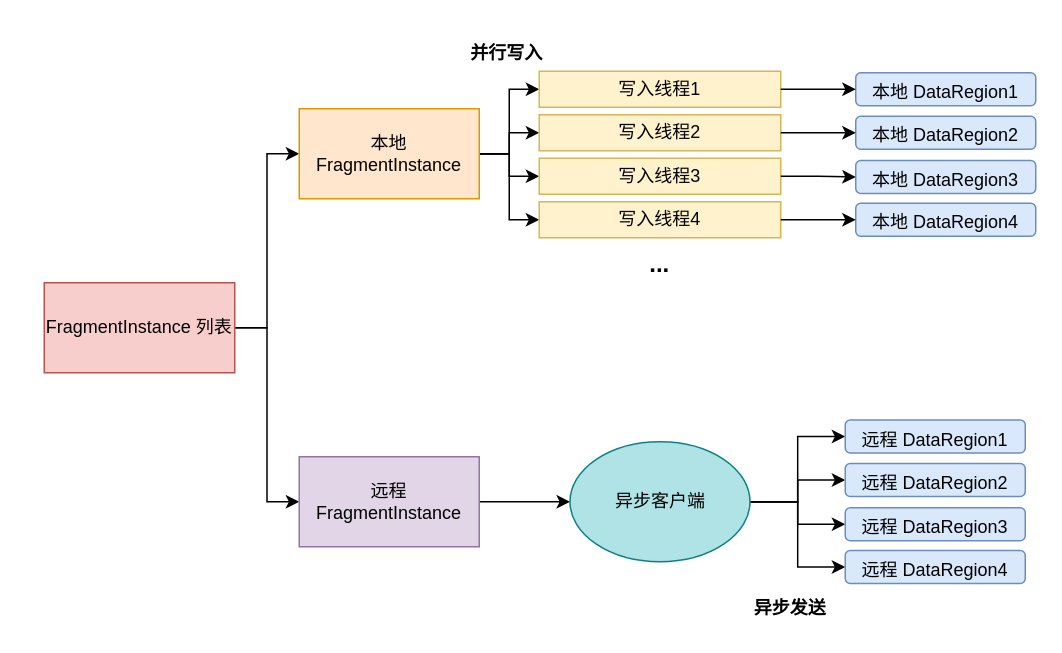
This is 设计图/FragmentInstance写入.drawio from THUMarkLau/thuthesis, a draw.io file, before an edit. Source tidied: cells renumbered, new cells numbered last; positions are measured from the earlier drawing's top-left corner, leaving out a move shared by most shapes. Both pictures are drawn from the tidied source at 150%, with x=0, y=0 at pixel (44, 33).
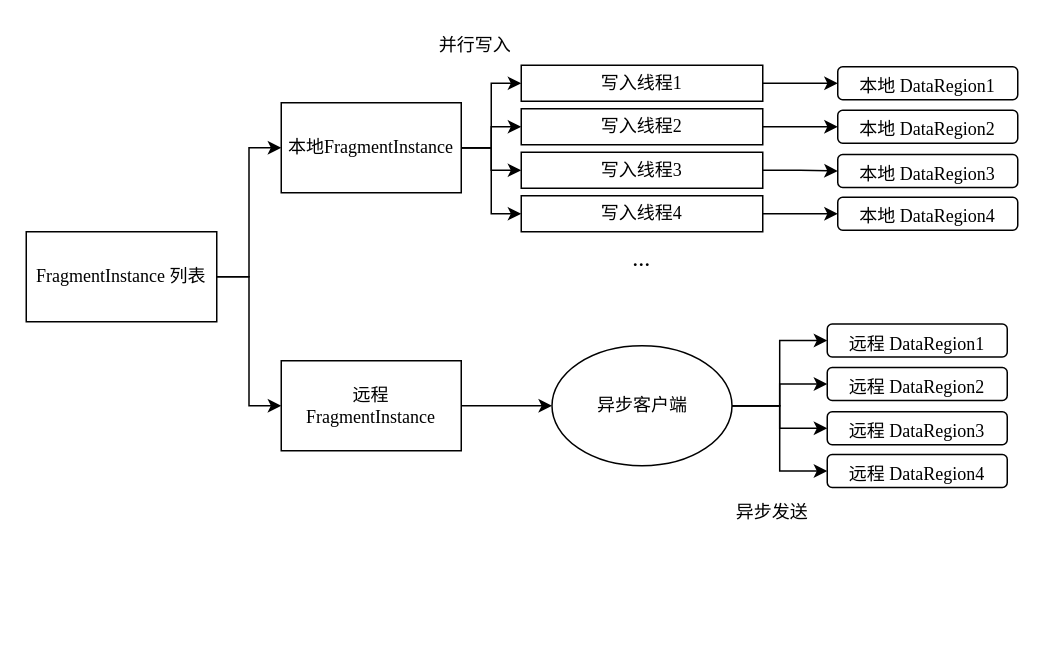
After the change.

The edit, as a diff of the source:
```diff
@@
-    <mxCell id="2" style="edgeStyle=orthogonalEdgeStyle;rounded=0;jettySize=auto;html=1;entryX=0;entryY=0.5;entryDx=0;entryDy=0;" parent="1" edge="1" source="4" target="9">
+    <mxCell id="2" style="edgeStyle=orthogonalEdgeStyle;rounded=0;jettySize=auto;html=1;entryX=0;entryY=0.5;entryDx=0;entryDy=0;fontStyle=0;fontFamily=Times New Roman;" parent="1" edge="1" source="4" target="9">
       <mxGeometry relative="1" as="geometry" />
     </mxCell>
-    <mxCell id="3" style="edgeStyle=orthogonalEdgeStyle;rounded=0;jettySize=auto;html=1;entryX=0;entryY=0.5;entryDx=0;entryDy=0;" parent="1" edge="1" source="4" target="11">
+    <mxCell id="3" style="edgeStyle=orthogonalEdgeStyle;rounded=0;jettySize=auto;html=1;entryX=0;entryY=0.5;entryDx=0;entryDy=0;fontStyle=0;fontFamily=Times New Roman;" parent="1" edge="1" source="4" target="11">
       <mxGeometry relative="1" as="geometry" />
     </mxCell>
-    <mxCell id="4" value="FragmentInstance 列表" style="rounded=0;whiteSpace=wrap;html=1;fillColor=#f8cecc;strokeColor=#b85450;" parent="1" vertex="1">
-      <mxGeometry y="166" width="127" height="60" as="geometry" />
+    <mxCell id="4" value="FragmentInstance 列表" style="rounded=0;whiteSpace=wrap;html=1;fillColor=none;strokeColor=#000000;fontStyle=0;fontFamily=Times New Roman;" parent="1" vertex="1">
+      <mxGeometry x="-12" y="132" width="127" height="60" as="geometry" />
     </mxCell>
-    <mxCell id="5" style="edgeStyle=orthogonalEdgeStyle;rounded=0;jettySize=auto;html=1;entryX=0;entryY=0.5;entryDx=0;entryDy=0;fontSize=16;" parent="1" edge="1" source="9" target="13">
+    <mxCell id="5" style="edgeStyle=orthogonalEdgeStyle;rounded=0;jettySize=auto;html=1;entryX=0;entryY=0.5;entryDx=0;entryDy=0;fontSize=16;fontStyle=0;fontFamily=Times New Roman;" parent="1" edge="1" source="9" target="13">
       <mxGeometry relative="1" as="geometry" />
     </mxCell>
-    <mxCell id="6" style="edgeStyle=orthogonalEdgeStyle;rounded=0;jettySize=auto;html=1;entryX=0;entryY=0.5;entryDx=0;entryDy=0;fontSize=16;" parent="1" edge="1" source="9" target="14">
+    <mxCell id="6" style="edgeStyle=orthogonalEdgeStyle;rounded=0;jettySize=auto;html=1;entryX=0;entryY=0.5;entryDx=0;entryDy=0;fontSize=16;fontStyle=0;fontFamily=Times New Roman;" parent="1" edge="1" source="9" target="14">
       <mxGeometry relative="1" as="geometry" />
     </mxCell>
-    <mxCell id="7" style="edgeStyle=orthogonalEdgeStyle;rounded=0;jettySize=auto;html=1;fontSize=16;" parent="1" edge="1" source="9" target="15">
+    <mxCell id="7" style="edgeStyle=orthogonalEdgeStyle;rounded=0;jettySize=auto;html=1;fontSize=16;fontStyle=0;fontFamily=Times New Roman;" parent="1" edge="1" source="9" target="15">
       <mxGeometry relative="1" as="geometry" />
     </mxCell>
-    <mxCell id="8" style="edgeStyle=orthogonalEdgeStyle;rounded=0;jettySize=auto;html=1;entryX=0;entryY=0.5;entryDx=0;entryDy=0;fontSize=16;" parent="1" edge="1" source="9" target="16">
+    <mxCell id="8" style="edgeStyle=orthogonalEdgeStyle;rounded=0;jettySize=auto;html=1;entryX=0;entryY=0.5;entryDx=0;entryDy=0;fontSize=16;fontStyle=0;fontFamily=Times New Roman;" parent="1" edge="1" source="9" target="16">
       <mxGeometry relative="1" as="geometry" />
     </mxCell>
-    <mxCell id="9" value="本地FragmentInstance" style="rounded=0;whiteSpace=wrap;html=1;fillColor=#ffe6cc;strokeColor=#d79b00;" parent="1" vertex="1">
-      <mxGeometry x="170" y="50" width="120" height="60" as="geometry" />
+    <mxCell id="9" value="本地FragmentInstance" style="rounded=0;whiteSpace=wrap;html=1;fillColor=none;strokeColor=#000000;fontStyle=0;fontFamily=Times New Roman;" parent="1" vertex="1">
+      <mxGeometry x="158" y="46" width="120" height="60" as="geometry" />
     </mxCell>
-    <mxCell id="10" style="edgeStyle=orthogonalEdgeStyle;rounded=0;jettySize=auto;html=1;entryX=0;entryY=0.5;entryDx=0;entryDy=0;fontSize=12;fontColor=#000000;" parent="1" edge="1" source="11" target="31">
+    <mxCell id="10" style="edgeStyle=orthogonalEdgeStyle;rounded=0;jettySize=auto;html=1;entryX=0;entryY=0.5;entryDx=0;entryDy=0;fontSize=12;fontColor=#000000;fontStyle=0;fontFamily=Times New Roman;" parent="1" edge="1" source="11" target="31">
       <mxGeometry relative="1" as="geometry" />
     </mxCell>
-    <mxCell id="11" value="远程&lt;br&gt;FragmentInstance" style="rounded=0;whiteSpace=wrap;html=1;fillColor=#e1d5e7;strokeColor=#9673a6;" parent="1" vertex="1">
-      <mxGeometry x="170" y="282" width="120" height="60" as="geometry" />
+    <mxCell id="11" value="远程&lt;br&gt;FragmentInstance" style="rounded=0;whiteSpace=wrap;html=1;fillColor=none;strokeColor=#000000;fontStyle=0;fontFamily=Times New Roman;" parent="1" vertex="1">
+      <mxGeometry x="158" y="218" width="120" height="60" as="geometry" />
     </mxCell>
-    <mxCell id="12" style="group;" parent="1" vertex="1">
-      <mxGeometry x="330" y="25" width="161" height="141" as="geometry" />
-    </mxCell>
-    <mxCell id="13" value="写入线程1" style="rounded=0;whiteSpace=wrap;html=1;fillColor=#fff2cc;strokeColor=#d6b656;" parent="12" vertex="1">
-      <mxGeometry width="161" height="24" as="geometry" />
-    </mxCell>
-    <mxCell id="14" value="写入线程2" style="rounded=0;whiteSpace=wrap;html=1;fillColor=#fff2cc;strokeColor=#d6b656;" parent="12" vertex="1">
-      <mxGeometry y="29" width="161" height="24" as="geometry" />
-    </mxCell>
-    <mxCell id="15" value="写入线程3" style="rounded=0;whiteSpace=wrap;html=1;fillColor=#fff2cc;strokeColor=#d6b656;" parent="12" vertex="1">
-      <mxGeometry y="58" width="161" height="24" as="geometry" />
-    </mxCell>
-    <mxCell id="16" value="写入线程4" style="rounded=0;whiteSpace=wrap;html=1;fillColor=#fff2cc;strokeColor=#d6b656;" parent="12" vertex="1">
-      <mxGeometry y="87" width="161" height="24" as="geometry" />
-    </mxCell>
-    <mxCell id="17" value="&lt;font style=&quot;font-size: 16px;&quot;&gt;&lt;b&gt;...&lt;/b&gt;&lt;/font&gt;" style="rounded=0;whiteSpace=wrap;html=1;strokeColor=none;" parent="12" vertex="1">
-      <mxGeometry y="116" width="161" height="24" as="geometry" />
-    </mxCell>
-    <mxCell id="18" value="&lt;font style=&quot;font-size: 12px;&quot;&gt;本地 DataRegion1&lt;/font&gt;" style="rounded=1;whiteSpace=wrap;html=1;fontSize=16;fillColor=#dae8fc;strokeColor=#6c8ebf;" parent="1" vertex="1">
-      <mxGeometry x="541" y="26" width="120" height="22" as="geometry" />
+    <mxCell id="18" value="&lt;font style=&quot;font-size: 12px;&quot;&gt;本地 DataRegion1&lt;/font&gt;" style="rounded=1;whiteSpace=wrap;html=1;fontSize=16;fillColor=none;strokeColor=#000000;fontStyle=0;fontFamily=Times New Roman;" parent="1" vertex="1">
+      <mxGeometry x="529" y="22" width="120" height="22" as="geometry" />
     </mxCell>
-    <mxCell id="19" style="edgeStyle=orthogonalEdgeStyle;rounded=0;jettySize=auto;html=1;fontSize=12;" parent="1" edge="1" source="13" target="18">
+    <mxCell id="19" style="edgeStyle=orthogonalEdgeStyle;rounded=0;jettySize=auto;html=1;fontSize=12;fontStyle=0;fontFamily=Times New Roman;" parent="1" edge="1" source="13" target="18">
       <mxGeometry relative="1" as="geometry" />
     </mxCell>
-    <mxCell id="20" value="&lt;font style=&quot;font-size: 12px;&quot;&gt;本地 DataRegion2&lt;/font&gt;" style="rounded=1;whiteSpace=wrap;html=1;fontSize=16;fillColor=#dae8fc;strokeColor=#6c8ebf;" parent="1" vertex="1">
-      <mxGeometry x="541" y="55" width="120" height="22" as="geometry" />
+    <mxCell id="20" value="&lt;font style=&quot;font-size: 12px;&quot;&gt;本地 DataRegion2&lt;/font&gt;" style="rounded=1;whiteSpace=wrap;html=1;fontSize=16;fillColor=none;strokeColor=#000000;fontStyle=0;fontFamily=Times New Roman;" parent="1" vertex="1">
+      <mxGeometry x="529" y="51" width="120" height="22" as="geometry" />
     </mxCell>
-    <mxCell id="21" style="edgeStyle=orthogonalEdgeStyle;rounded=0;jettySize=auto;html=1;entryX=0;entryY=0.5;entryDx=0;entryDy=0;fontSize=12;" parent="1" edge="1" source="14" target="20">
+    <mxCell id="21" style="edgeStyle=orthogonalEdgeStyle;rounded=0;jettySize=auto;html=1;entryX=0;entryY=0.5;entryDx=0;entryDy=0;fontSize=12;fontStyle=0;fontFamily=Times New Roman;" parent="1" edge="1" source="14" target="20">
       <mxGeometry relative="1" as="geometry" />
     </mxCell>
-    <mxCell id="22" value="&lt;font style=&quot;font-size: 12px;&quot;&gt;本地 DataRegion3&lt;/font&gt;" style="rounded=1;whiteSpace=wrap;html=1;fontSize=16;fillColor=#dae8fc;strokeColor=#6c8ebf;" parent="1" vertex="1">
-      <mxGeometry x="541" y="84.5" width="120" height="22" as="geometry" />
+    <mxCell id="22" value="&lt;font style=&quot;font-size: 12px;&quot;&gt;本地 DataRegion3&lt;/font&gt;" style="rounded=1;whiteSpace=wrap;html=1;fontSize=16;fillColor=none;strokeColor=#000000;fontStyle=0;fontFamily=Times New Roman;" parent="1" vertex="1">
+      <mxGeometry x="529" y="80.5" width="120" height="22" as="geometry" />
     </mxCell>
-    <mxCell id="23" style="edgeStyle=orthogonalEdgeStyle;rounded=0;jettySize=auto;html=1;fontSize=12;" parent="1" edge="1" source="15" target="22">
+    <mxCell id="23" style="edgeStyle=orthogonalEdgeStyle;rounded=0;jettySize=auto;html=1;fontSize=12;fontStyle=0;fontFamily=Times New Roman;" parent="1" edge="1" source="15" target="22">
       <mxGeometry relative="1" as="geometry" />
     </mxCell>
-    <mxCell id="24" value="&lt;font style=&quot;font-size: 12px;&quot;&gt;本地 DataRegion4&lt;/font&gt;" style="rounded=1;whiteSpace=wrap;html=1;fontSize=16;fillColor=#dae8fc;strokeColor=#6c8ebf;" parent="1" vertex="1">
-      <mxGeometry x="541" y="113" width="120" height="22" as="geometry" />
+    <mxCell id="24" value="&lt;font style=&quot;font-size: 12px;&quot;&gt;本地 DataRegion4&lt;/font&gt;" style="rounded=1;whiteSpace=wrap;html=1;fontSize=16;fillColor=none;strokeColor=#000000;fontStyle=0;fontFamily=Times New Roman;" parent="1" vertex="1">
+      <mxGeometry x="529" y="109" width="120" height="22" as="geometry" />
     </mxCell>
-    <mxCell id="25" style="edgeStyle=orthogonalEdgeStyle;rounded=0;jettySize=auto;html=1;fontSize=12;" parent="1" edge="1" source="16" target="24">
+    <mxCell id="25" style="edgeStyle=orthogonalEdgeStyle;rounded=0;jettySize=auto;html=1;fontSize=12;fontStyle=0;fontFamily=Times New Roman;" parent="1" edge="1" source="16" target="24">
       <mxGeometry relative="1" as="geometry" />
     </mxCell>
-    <mxCell id="26" value="&lt;b&gt;&lt;font&gt;并行写入&lt;/font&gt;&lt;/b&gt;" style="text;html=1;align=center;verticalAlign=middle;strokeColor=none;fillColor=none;fontSize=12;fontColor=default;" parent="1" vertex="1">
-      <mxGeometry x="275" width="66" height="26" as="geometry" />
+    <mxCell id="26" value="&lt;span&gt;&lt;font&gt;并行写入&lt;/font&gt;&lt;/span&gt;" style="text;html=1;align=center;verticalAlign=middle;strokeColor=none;fillColor=none;fontSize=12;fontColor=default;fontStyle=0;fontFamily=Times New Roman;" parent="1" vertex="1">
+      <mxGeometry x="254" y="-5" width="66" height="26" as="geometry" />
     </mxCell>
-    <mxCell id="27" style="edgeStyle=orthogonalEdgeStyle;rounded=0;jettySize=auto;html=1;entryX=0;entryY=0.5;entryDx=0;entryDy=0;fontSize=12;fontColor=#000000;" parent="1" edge="1" source="31" target="32">
+    <mxCell id="27" style="edgeStyle=orthogonalEdgeStyle;rounded=0;jettySize=auto;html=1;entryX=0;entryY=0.5;entryDx=0;entryDy=0;fontSize=12;fontColor=#000000;fontStyle=0;fontFamily=Times New Roman;" parent="1" edge="1" source="31" target="32">
       <mxGeometry relative="1" as="geometry" />
     </mxCell>
-    <mxCell id="28" style="edgeStyle=orthogonalEdgeStyle;rounded=0;jettySize=auto;html=1;fontSize=12;fontColor=#000000;" parent="1" edge="1" source="31" target="33">
+    <mxCell id="28" style="edgeStyle=orthogonalEdgeStyle;rounded=0;jettySize=auto;html=1;fontSize=12;fontColor=#000000;fontStyle=0;fontFamily=Times New Roman;" parent="1" edge="1" source="31" target="33">
       <mxGeometry relative="1" as="geometry" />
     </mxCell>
-    <mxCell id="29" style="edgeStyle=orthogonalEdgeStyle;rounded=0;jettySize=auto;html=1;fontSize=12;fontColor=#000000;" parent="1" edge="1" source="31" target="34">
+    <mxCell id="29" style="edgeStyle=orthogonalEdgeStyle;rounded=0;jettySize=auto;html=1;fontSize=12;fontColor=#000000;fontStyle=0;fontFamily=Times New Roman;" parent="1" edge="1" source="31" target="34">
       <mxGeometry relative="1" as="geometry" />
     </mxCell>
-    <mxCell id="30" style="edgeStyle=orthogonalEdgeStyle;rounded=0;jettySize=auto;html=1;fontSize=12;fontColor=#000000;" parent="1" edge="1" source="31" target="35">
+    <mxCell id="30" style="edgeStyle=orthogonalEdgeStyle;rounded=0;jettySize=auto;html=1;fontSize=12;fontColor=#000000;fontStyle=0;fontFamily=Times New Roman;" parent="1" edge="1" source="31" target="35">
       <mxGeometry relative="1" as="geometry" />
     </mxCell>
-    <mxCell id="31" value="&lt;font color=&quot;#000000&quot;&gt;异步客户端&lt;/font&gt;" style="ellipse;whiteSpace=wrap;html=1;fontSize=12;fillColor=#b0e3e6;strokeColor=#0e8088;" parent="1" vertex="1">
-      <mxGeometry x="350.5" y="272" width="120" height="80" as="geometry" />
+    <mxCell id="31" value="&lt;font color=&quot;#000000&quot;&gt;异步客户端&lt;/font&gt;" style="ellipse;whiteSpace=wrap;html=1;fontSize=12;fillColor=none;strokeColor=#000000;fontStyle=0;fontFamily=Times New Roman;" parent="1" vertex="1">
+      <mxGeometry x="338.5" y="208" width="120" height="80" as="geometry" />
     </mxCell>
-    <mxCell id="32" value="&lt;font style=&quot;font-size: 12px;&quot;&gt;远程 DataRegion1&lt;/font&gt;" style="rounded=1;whiteSpace=wrap;html=1;fontSize=16;fillColor=#dae8fc;strokeColor=#6c8ebf;" parent="1" vertex="1">
-      <mxGeometry x="534" y="257.5" width="120" height="22" as="geometry" />
+    <mxCell id="32" value="&lt;font style=&quot;font-size: 12px;&quot;&gt;远程 DataRegion1&lt;/font&gt;" style="rounded=1;whiteSpace=wrap;html=1;fontSize=16;fillColor=none;strokeColor=#000000;fontStyle=0;fontFamily=Times New Roman;" parent="1" vertex="1">
+      <mxGeometry x="522" y="193.5" width="120" height="22" as="geometry" />
     </mxCell>
-    <mxCell id="33" value="&lt;font style=&quot;font-size: 12px;&quot;&gt;远程&amp;nbsp;DataRegion2&lt;/font&gt;" style="rounded=1;whiteSpace=wrap;html=1;fontSize=16;fillColor=#dae8fc;strokeColor=#6c8ebf;" parent="1" vertex="1">
-      <mxGeometry x="534" y="286.5" width="120" height="22" as="geometry" />
+    <mxCell id="33" value="&lt;font style=&quot;font-size: 12px;&quot;&gt;远程&amp;nbsp;DataRegion2&lt;/font&gt;" style="rounded=1;whiteSpace=wrap;html=1;fontSize=16;fillColor=none;strokeColor=#000000;fontStyle=0;fontFamily=Times New Roman;" parent="1" vertex="1">
+      <mxGeometry x="522" y="222.5" width="120" height="22" as="geometry" />
     </mxCell>
-    <mxCell id="34" value="&lt;font style=&quot;font-size: 12px;&quot;&gt;远程&amp;nbsp;DataRegion3&lt;/font&gt;" style="rounded=1;whiteSpace=wrap;html=1;fontSize=16;fillColor=#dae8fc;strokeColor=#6c8ebf;" parent="1" vertex="1">
-      <mxGeometry x="534" y="316" width="120" height="22" as="geometry" />
+    <mxCell id="34" value="&lt;font style=&quot;font-size: 12px;&quot;&gt;远程&amp;nbsp;DataRegion3&lt;/font&gt;" style="rounded=1;whiteSpace=wrap;html=1;fontSize=16;fillColor=none;strokeColor=#000000;fontStyle=0;fontFamily=Times New Roman;" parent="1" vertex="1">
+      <mxGeometry x="522" y="252" width="120" height="22" as="geometry" />
     </mxCell>
-    <mxCell id="35" value="&lt;font style=&quot;font-size: 12px;&quot;&gt;远程&amp;nbsp;DataRegion4&lt;/font&gt;" style="rounded=1;whiteSpace=wrap;html=1;fontSize=16;fillColor=#dae8fc;strokeColor=#6c8ebf;" parent="1" vertex="1">
-      <mxGeometry x="534" y="344.5" width="120" height="22" as="geometry" />
+    <mxCell id="35" value="&lt;font style=&quot;font-size: 12px;&quot;&gt;远程&amp;nbsp;DataRegion4&lt;/font&gt;" style="rounded=1;whiteSpace=wrap;html=1;fontSize=16;fillColor=none;strokeColor=#000000;fontStyle=0;fontFamily=Times New Roman;" parent="1" vertex="1">
+      <mxGeometry x="522" y="280.5" width="120" height="22" as="geometry" />
     </mxCell>
-    <mxCell id="36" value="&lt;b&gt;&lt;font&gt;异步发送&lt;/font&gt;&lt;/b&gt;" style="text;html=1;align=center;verticalAlign=middle;strokeColor=none;fillColor=none;fontSize=12;fontColor=default;" parent="1" vertex="1">
-      <mxGeometry x="464" y="370" width="66" height="26" as="geometry" />
+    <mxCell id="36" value="&lt;span&gt;&lt;font&gt;异步发送&lt;/font&gt;&lt;/span&gt;" style="text;html=1;align=center;verticalAlign=middle;strokeColor=none;fillColor=none;fontSize=12;fontColor=default;fontStyle=0;fontFamily=Times New Roman;" parent="1" vertex="1">
+      <mxGeometry x="452" y="306" width="66" height="26" as="geometry" />
     </mxCell>
+    <mxCell id="13" value="写入线程1" style="rounded=0;whiteSpace=wrap;html=1;fillColor=none;strokeColor=#000000;fontStyle=0;fontFamily=Times New Roman;" parent="1" vertex="1">
+      <mxGeometry x="318" y="21" width="161" height="24" as="geometry" />
+    </mxCell>
+    <mxCell id="14" value="写入线程2" style="rounded=0;whiteSpace=wrap;html=1;fillColor=none;strokeColor=#000000;fontStyle=0;fontFamily=Times New Roman;" parent="1" vertex="1">
+      <mxGeometry x="318" y="50" width="161" height="24" as="geometry" />
+    </mxCell>
+    <mxCell id="15" value="写入线程3" style="rounded=0;whiteSpace=wrap;html=1;fillColor=none;strokeColor=#000000;fontStyle=0;fontFamily=Times New Roman;" parent="1" vertex="1">
+      <mxGeometry x="318" y="79" width="161" height="24" as="geometry" />
+    </mxCell>
+    <mxCell id="16" value="写入线程4" style="rounded=0;whiteSpace=wrap;html=1;fillColor=none;strokeColor=#000000;fontStyle=0;fontFamily=Times New Roman;" parent="1" vertex="1">
+      <mxGeometry x="318" y="108" width="161" height="24" as="geometry" />
+    </mxCell>
+    <mxCell id="17" value="&lt;font style=&quot;font-size: 16px;&quot;&gt;&lt;span&gt;...&lt;/span&gt;&lt;/font&gt;" style="rounded=0;whiteSpace=wrap;html=1;strokeColor=none;fontStyle=0;fontFamily=Times New Roman;" parent="1" vertex="1">
+      <mxGeometry x="318" y="137" width="161" height="24" as="geometry" />
+    </mxCell>
```
